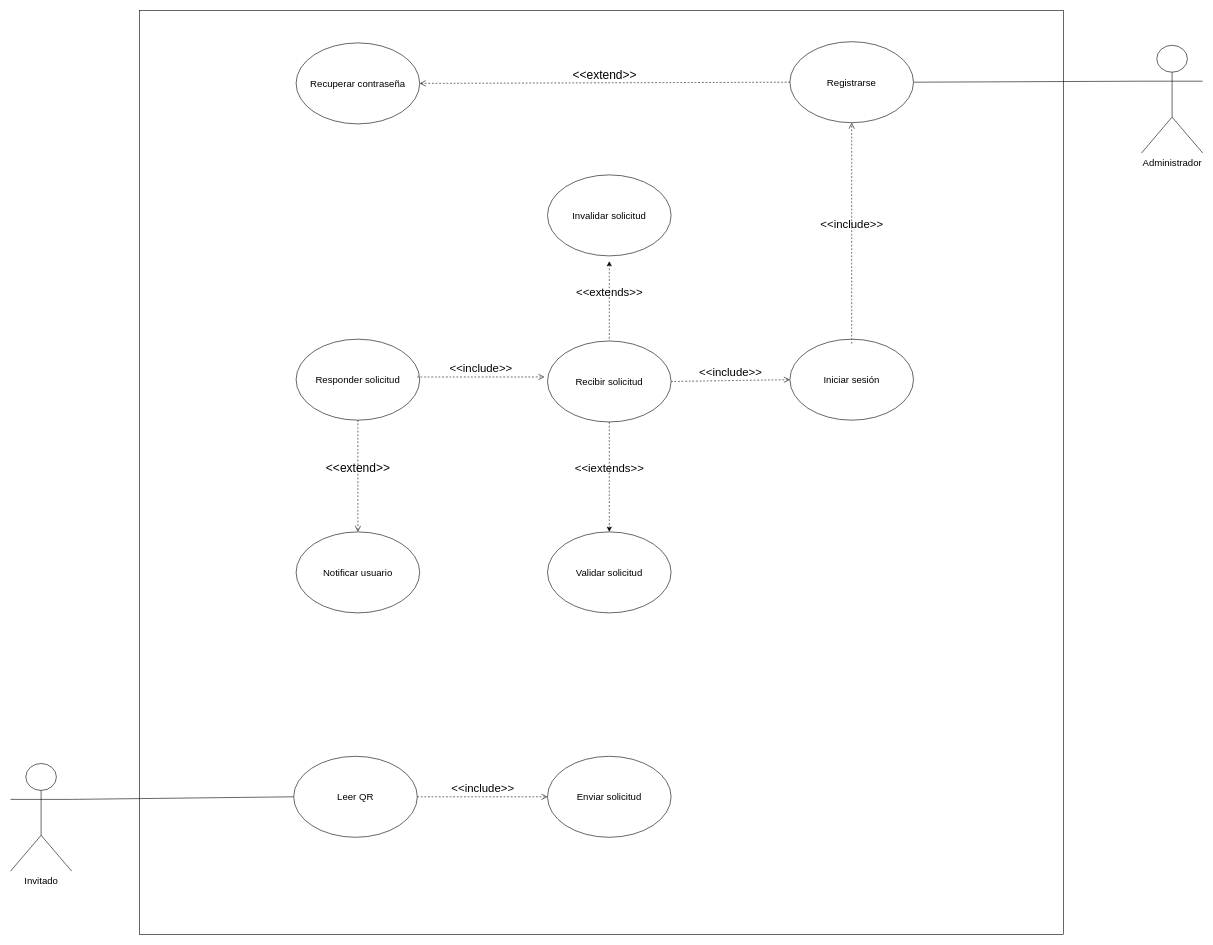
The draw.io diagram Diagramas/Casos_de_Uso.drawio in MrRevillod/SmartParking, before the edit. Source tidied: cells renumbered, new cells numbered last; positions are measured from the earlier drawing's top-left corner, leaving out a move shared by most shapes. Both pictures are drawn from the tidied source at 60%, with x=0, y=0 at pixel (10, 10).
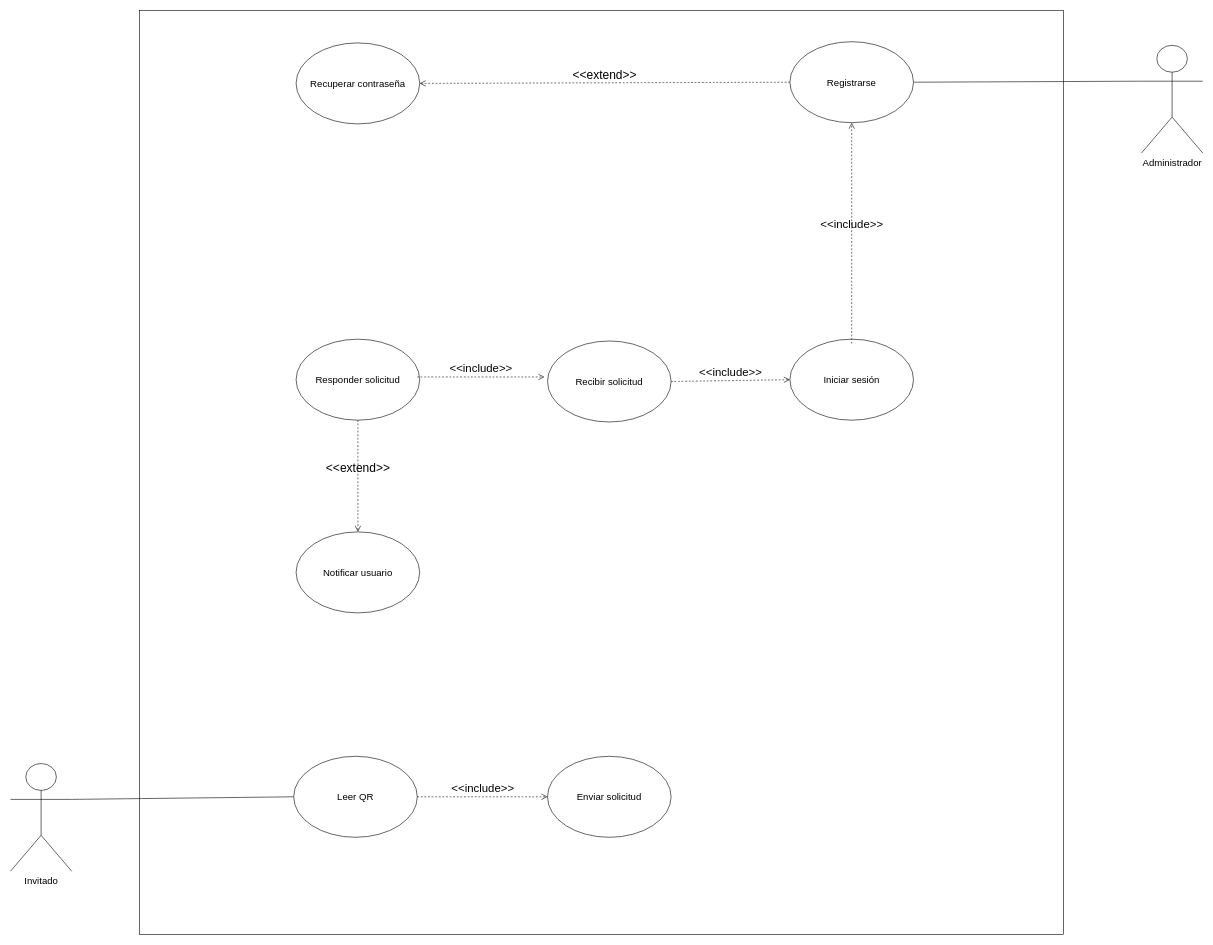
The same diagram, later.

Unchanged cells that the change refers to:
```xml
<mxCell id="10" value="Recibir solicitud" style="ellipse;whiteSpace=wrap;html=1;fontSize=16;" parent="1" vertex="1">
  <mxGeometry x="895" y="550.8" width="206" height="135" as="geometry" />
</mxCell>
```

The edit, as a diff of the source:
```diff
@@
-    <mxCell id="8" value="Invalidar solicitud" style="ellipse;whiteSpace=wrap;html=1;fontSize=16;" parent="1" vertex="1">
-      <mxGeometry x="895" y="274" width="206" height="135" as="geometry" />
-    </mxCell>
-    <mxCell id="9" value="Validar solicitud" style="ellipse;whiteSpace=wrap;html=1;fontSize=16;" parent="1" vertex="1">
-      <mxGeometry x="895" y="869" width="206" height="135" as="geometry" />
-    </mxCell>
@@
-    <mxCell id="15" value="&lt;font style=&quot;font-size: 19px;&quot;&gt;&amp;lt;&amp;lt;extends&amp;gt;&amp;gt;&lt;/font&gt;" style="endArrow=none;startArrow=classic;endFill=0;startFill=1;endSize=8;html=1;verticalAlign=bottom;dashed=1;labelBackgroundColor=none;rounded=0;fontSize=12;curved=1;entryX=0.5;entryY=0;entryDx=0;entryDy=0;exitX=0.5;exitY=1;exitDx=0;exitDy=0;" parent="1" edge="1" target="10">
-      <mxGeometry relative="1" as="geometry">
-        <mxPoint x="998" y="417.8" as="sourcePoint" />
-      </mxGeometry>
-    </mxCell>
-    <mxCell id="16" value="&lt;font style=&quot;font-size: 19px;&quot;&gt;&amp;lt;&amp;lt;iextends&amp;gt;&amp;gt;&lt;/font&gt;" style="endArrow=none;startArrow=classic;endFill=0;startFill=1;endSize=8;html=1;verticalAlign=bottom;dashed=1;labelBackgroundColor=none;rounded=0;fontSize=12;curved=1;exitX=0.5;exitY=0;exitDx=0;exitDy=0;entryX=0.5;entryY=1;entryDx=0;entryDy=0;" parent="1" edge="1" source="9" target="10">
-      <mxGeometry relative="1" as="geometry" />
-    </mxCell>
```
